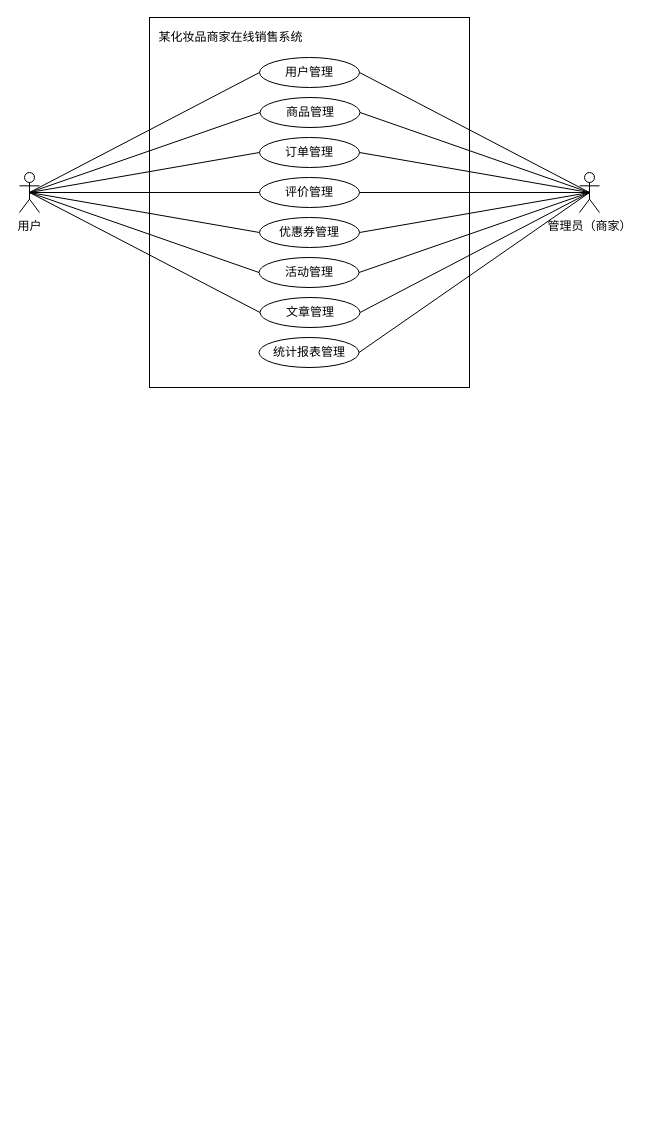
This is page "总体用例图" (2 of 23) of Untitled Diagram.drawio from hongkingking/hkk, a draw.io file, before an edit. Source tidied: cells renumbered, new cells numbered last; positions are measured from the earlier drawing's top-left corner, leaving out a move shared by most shapes. Both pictures are drawn from the tidied source at 100%, with x=0, y=0 at pixel (19, 17).
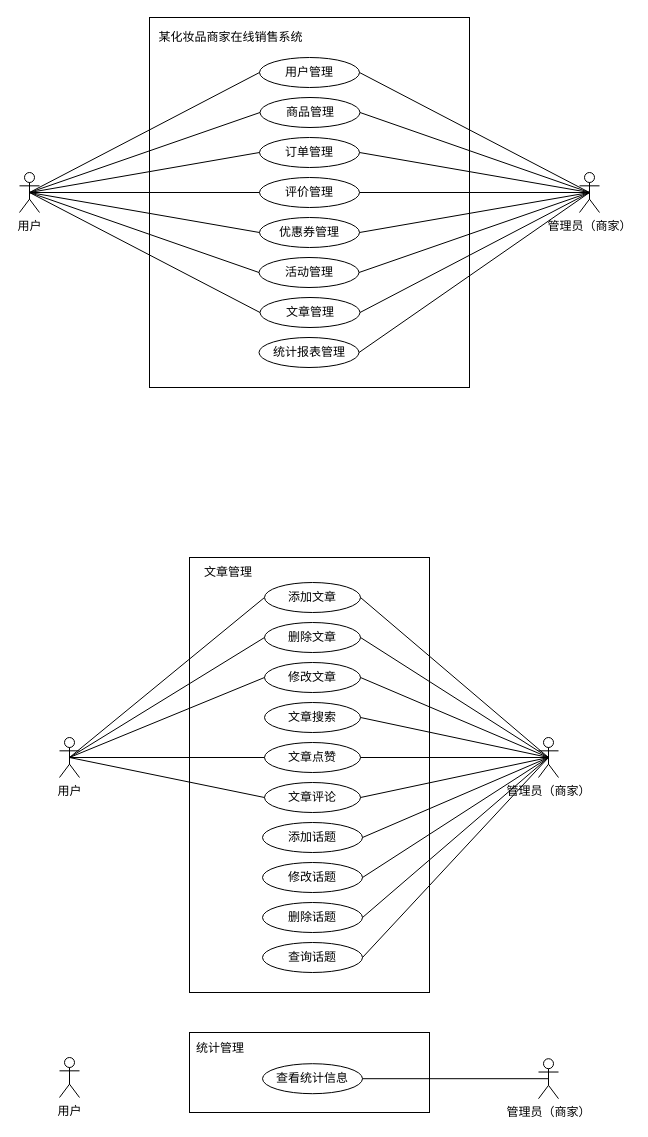
Above is the later version.

What changed in the source:
```diff
@@
+    <mxCell id="29" style="rounded=0;whiteSpace=wrap;html=1;shadow=0;glass=0;strokeWidth=1;gradientColor=none;" parent="1" vertex="1">
+      <mxGeometry x="170" y="540" width="240" height="435" as="geometry" />
+    </mxCell>
+    <mxCell id="30" style="endArrow=none;html=1;exitX=0.5;exitY=0.5;exitDx=0;exitDy=0;exitPerimeter=0;entryX=0;entryY=0.5;entryDx=0;entryDy=0;" parent="1" edge="1" source="49" target="33">
+      <mxGeometry relative="1" as="geometry" />
+    </mxCell>
+    <mxCell id="31" value="文章管理" style="text;html=1;strokeColor=none;fillColor=none;align=center;verticalAlign=middle;whiteSpace=wrap;rounded=0;shadow=0;glass=0;" parent="1" vertex="1">
+      <mxGeometry x="164" y="540" width="90" height="30" as="geometry" />
+    </mxCell>
+    <mxCell id="32" value="管理员（商家）" style="shape=umlActor;verticalLabelPosition=bottom;verticalAlign=top;html=1;" parent="1" vertex="1">
+      <mxGeometry x="519" y="720" width="20" height="40" as="geometry" />
+    </mxCell>
+    <mxCell id="33" value="添加文章" style="ellipse;whiteSpace=wrap;html=1;" parent="1" vertex="1">
+      <mxGeometry x="245" y="565" width="96" height="30" as="geometry" />
+    </mxCell>
+    <mxCell id="34" value="删除文章" style="ellipse;whiteSpace=wrap;html=1;" parent="1" vertex="1">
+      <mxGeometry x="245" y="605" width="96" height="30" as="geometry" />
+    </mxCell>
+    <mxCell id="35" value="修改文章" style="ellipse;whiteSpace=wrap;html=1;" parent="1" vertex="1">
+      <mxGeometry x="245" y="645" width="96" height="30" as="geometry" />
+    </mxCell>
+    <mxCell id="36" value="文章搜索" style="ellipse;whiteSpace=wrap;html=1;" parent="1" vertex="1">
+      <mxGeometry x="245" y="685" width="96" height="30" as="geometry" />
+    </mxCell>
+    <mxCell id="37" value="文章点赞" style="ellipse;whiteSpace=wrap;html=1;" parent="1" vertex="1">
+      <mxGeometry x="245" y="725" width="96" height="30" as="geometry" />
+    </mxCell>
+    <mxCell id="38" value="文章评论" style="ellipse;whiteSpace=wrap;html=1;" parent="1" vertex="1">
+      <mxGeometry x="245" y="765" width="96" height="30" as="geometry" />
+    </mxCell>
+    <mxCell id="39" style="endArrow=none;html=1;exitX=0.5;exitY=0.5;exitDx=0;exitDy=0;exitPerimeter=0;entryX=0;entryY=0.5;entryDx=0;entryDy=0;" parent="1" edge="1" source="49" target="34">
+      <mxGeometry relative="1" as="geometry" />
+    </mxCell>
+    <mxCell id="40" style="endArrow=none;html=1;exitX=0.5;exitY=0.5;exitDx=0;exitDy=0;exitPerimeter=0;entryX=0;entryY=0.5;entryDx=0;entryDy=0;" parent="1" edge="1" source="49" target="35">
+      <mxGeometry relative="1" as="geometry" />
+    </mxCell>
+    <mxCell id="41" style="endArrow=none;html=1;exitX=0.5;exitY=0.5;exitDx=0;exitDy=0;exitPerimeter=0;entryX=0;entryY=0.5;entryDx=0;entryDy=0;" parent="1" edge="1" source="49" target="37">
+      <mxGeometry relative="1" as="geometry" />
+    </mxCell>
+    <mxCell id="42" style="endArrow=none;html=1;exitX=0.5;exitY=0.5;exitDx=0;exitDy=0;exitPerimeter=0;entryX=0;entryY=0.5;entryDx=0;entryDy=0;" parent="1" edge="1" source="49" target="38">
+      <mxGeometry relative="1" as="geometry" />
+    </mxCell>
+    <mxCell id="43" style="endArrow=none;html=1;exitX=1;exitY=0.5;exitDx=0;exitDy=0;entryX=0.5;entryY=0.5;entryDx=0;entryDy=0;entryPerimeter=0;" parent="1" edge="1" source="33" target="32">
+      <mxGeometry relative="1" as="geometry" />
+    </mxCell>
+    <mxCell id="44" style="endArrow=none;html=1;exitX=1;exitY=0.5;exitDx=0;exitDy=0;entryX=0.5;entryY=0.5;entryDx=0;entryDy=0;entryPerimeter=0;" parent="1" edge="1" source="34" target="32">
+      <mxGeometry relative="1" as="geometry" />
+    </mxCell>
+    <mxCell id="45" style="endArrow=none;html=1;exitX=1;exitY=0.5;exitDx=0;exitDy=0;entryX=0.5;entryY=0.5;entryDx=0;entryDy=0;entryPerimeter=0;" parent="1" edge="1" source="35" target="32">
+      <mxGeometry relative="1" as="geometry" />
+    </mxCell>
+    <mxCell id="46" style="endArrow=none;html=1;exitX=1;exitY=0.5;exitDx=0;exitDy=0;entryX=0.5;entryY=0.5;entryDx=0;entryDy=0;entryPerimeter=0;" parent="1" edge="1" source="36" target="32">
+      <mxGeometry relative="1" as="geometry" />
+    </mxCell>
+    <mxCell id="47" style="endArrow=none;html=1;exitX=1;exitY=0.5;exitDx=0;exitDy=0;entryX=0.5;entryY=0.5;entryDx=0;entryDy=0;entryPerimeter=0;" parent="1" edge="1" source="37" target="32">
+      <mxGeometry relative="1" as="geometry" />
+    </mxCell>
+    <mxCell id="48" style="endArrow=none;html=1;exitX=1;exitY=0.5;exitDx=0;exitDy=0;entryX=0.5;entryY=0.5;entryDx=0;entryDy=0;entryPerimeter=0;" parent="1" edge="1" source="38" target="32">
+      <mxGeometry relative="1" as="geometry" />
+    </mxCell>
+    <mxCell id="49" value="用户" style="shape=umlActor;verticalLabelPosition=bottom;verticalAlign=top;html=1;" parent="1" vertex="1">
+      <mxGeometry x="40" y="720" width="20" height="40" as="geometry" />
+    </mxCell>
+    <mxCell id="50" value="添加话题" style="ellipse;whiteSpace=wrap;html=1;" parent="1" vertex="1">
+      <mxGeometry x="243" y="805" width="100" height="30" as="geometry" />
+    </mxCell>
+    <mxCell id="51" value="查询话题" style="ellipse;whiteSpace=wrap;html=1;" parent="1" vertex="1">
+      <mxGeometry x="243" y="925" width="100" height="30" as="geometry" />
+    </mxCell>
+    <mxCell id="52" value="修改话题" style="ellipse;whiteSpace=wrap;html=1;" parent="1" vertex="1">
+      <mxGeometry x="243" y="845" width="100" height="30" as="geometry" />
+    </mxCell>
+    <mxCell id="53" value="删除话题" style="ellipse;whiteSpace=wrap;html=1;" parent="1" vertex="1">
+      <mxGeometry x="243" y="885" width="100" height="30" as="geometry" />
+    </mxCell>
+    <mxCell id="54" style="endArrow=none;html=1;exitX=1;exitY=0.5;exitDx=0;exitDy=0;entryX=0.5;entryY=0.5;entryDx=0;entryDy=0;entryPerimeter=0;" parent="1" edge="1" source="50" target="32">
+      <mxGeometry relative="1" as="geometry" />
+    </mxCell>
+    <mxCell id="55" style="endArrow=none;html=1;exitX=1;exitY=0.5;exitDx=0;exitDy=0;entryX=0.5;entryY=0.5;entryDx=0;entryDy=0;entryPerimeter=0;" parent="1" edge="1" source="52" target="32">
+      <mxGeometry relative="1" as="geometry" />
+    </mxCell>
+    <mxCell id="56" style="endArrow=none;html=1;exitX=1;exitY=0.5;exitDx=0;exitDy=0;entryX=0.5;entryY=0.5;entryDx=0;entryDy=0;entryPerimeter=0;" parent="1" edge="1" source="53" target="32">
+      <mxGeometry relative="1" as="geometry" />
+    </mxCell>
+    <mxCell id="57" style="endArrow=none;html=1;exitX=1;exitY=0.5;exitDx=0;exitDy=0;entryX=0.5;entryY=0.5;entryDx=0;entryDy=0;entryPerimeter=0;" parent="1" edge="1" source="51" target="32">
+      <mxGeometry relative="1" as="geometry" />
+    </mxCell>
+    <mxCell id="58" style="rounded=0;whiteSpace=wrap;html=1;shadow=0;glass=0;strokeWidth=1;gradientColor=none;" parent="1" vertex="1">
+      <mxGeometry x="170" y="1015" width="240" height="80" as="geometry" />
+    </mxCell>
+    <mxCell id="59" value="统计管理" style="text;html=1;strokeColor=none;fillColor=none;align=center;verticalAlign=middle;whiteSpace=wrap;rounded=0;shadow=0;glass=0;" parent="1" vertex="1">
+      <mxGeometry x="170" y="1016.2" width="62" height="30" as="geometry" />
+    </mxCell>
+    <mxCell id="60" value="用户" style="shape=umlActor;verticalLabelPosition=bottom;verticalAlign=top;html=1;" parent="1" vertex="1">
+      <mxGeometry x="40" y="1040" width="20" height="40" as="geometry" />
+    </mxCell>
+    <mxCell id="61" value="管理员（商家）" style="shape=umlActor;verticalLabelPosition=bottom;verticalAlign=top;html=1;" parent="1" vertex="1">
+      <mxGeometry x="519" y="1041.2" width="20" height="40" as="geometry" />
+    </mxCell>
+    <mxCell id="62" value="查看统计信息" style="ellipse;whiteSpace=wrap;html=1;" parent="1" vertex="1">
+      <mxGeometry x="243" y="1046.2" width="100" height="30" as="geometry" />
+    </mxCell>
+    <mxCell id="63" style="endArrow=none;html=1;exitX=1;exitY=0.5;exitDx=0;exitDy=0;entryX=0.5;entryY=0.5;entryDx=0;entryDy=0;entryPerimeter=0;" parent="1" edge="1" source="62" target="61">
+      <mxGeometry relative="1" as="geometry" />
+    </mxCell>
```
